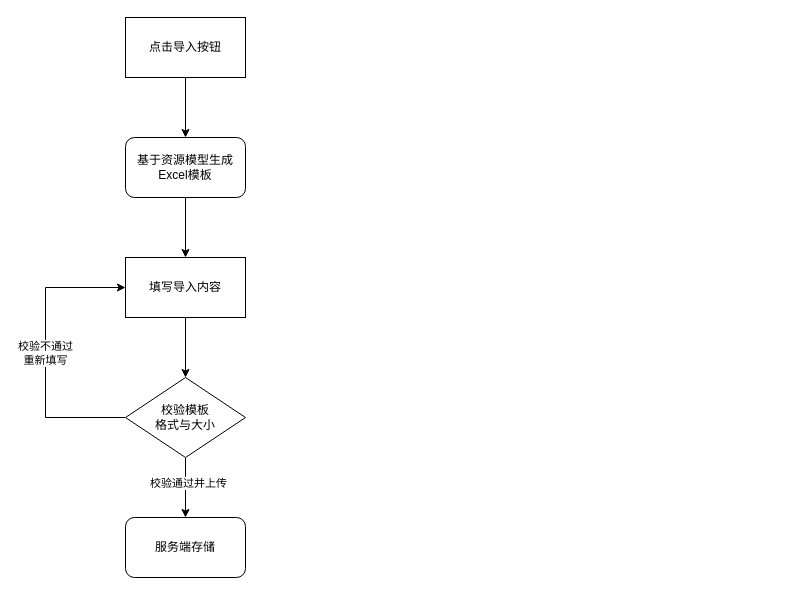
Earlier version of the draw.io diagram 资源导入和资源自动发现.drawio (miracleEverywhere/draw.io). Source tidied: cells renumbered, new cells numbered last; positions are measured from the earlier drawing's top-left corner, leaving out a move shared by most shapes. Both pictures are drawn from the tidied source at 100%, with x=0, y=0 at pixel (45, 17).
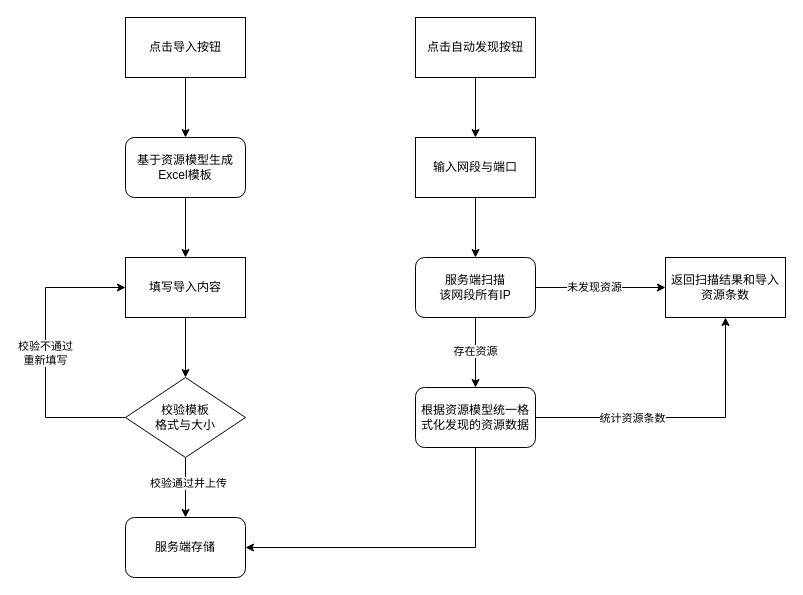
Above is the later version.

Commit message (it also covers changes not shown here):
更新资源导入和资源自动发现.drawio

The change refers to these unchanged cells:
```xml
<mxCell id="13" value="服务端存储" style="rounded=1;whiteSpace=wrap;html=1;" parent="1" vertex="1">
  <mxGeometry x="80" y="500" width="120" height="60" as="geometry" />
</mxCell>
```

What changed in the source:
```diff
@@
+    <mxCell id="14" style="edgeStyle=orthogonalEdgeStyle;rounded=0;jettySize=auto;html=1;exitX=0.5;exitY=1;exitDx=0;exitDy=0;entryX=0.5;entryY=0;entryDx=0;entryDy=0;" parent="1" edge="1" source="15" target="17">
+      <mxGeometry relative="1" as="geometry" />
+    </mxCell>
+    <mxCell id="15" value="点击自动发现按钮" style="rounded=0;whiteSpace=wrap;html=1;" parent="1" vertex="1">
+      <mxGeometry x="370" width="120" height="60" as="geometry" />
+    </mxCell>
+    <mxCell id="16" style="edgeStyle=orthogonalEdgeStyle;rounded=0;jettySize=auto;html=1;exitX=0.5;exitY=1;exitDx=0;exitDy=0;entryX=0.5;entryY=0;entryDx=0;entryDy=0;" parent="1" edge="1" source="17" target="22">
+      <mxGeometry relative="1" as="geometry" />
+    </mxCell>
+    <mxCell id="17" value="输入网段与端口" style="rounded=0;whiteSpace=wrap;html=1;" parent="1" vertex="1">
+      <mxGeometry x="370" y="120" width="120" height="60" as="geometry" />
+    </mxCell>
+    <mxCell id="18" style="edgeStyle=orthogonalEdgeStyle;rounded=0;jettySize=auto;html=1;exitX=0.5;exitY=1;exitDx=0;exitDy=0;entryX=0.5;entryY=0;entryDx=0;entryDy=0;" parent="1" edge="1" source="22" target="26">
+      <mxGeometry relative="1" as="geometry" />
+    </mxCell>
+    <mxCell id="19" value="存在资源" style="edgeLabel;html=1;align=center;verticalAlign=middle;" parent="18" vertex="1">
+      <mxGeometry x="-0.06" y="-1" relative="1" as="geometry" />
+    </mxCell>
+    <mxCell id="20" style="edgeStyle=orthogonalEdgeStyle;rounded=0;jettySize=auto;html=1;exitX=1;exitY=0.5;exitDx=0;exitDy=0;entryX=0;entryY=0.5;entryDx=0;entryDy=0;" parent="1" edge="1" source="22" target="27">
+      <mxGeometry relative="1" as="geometry" />
+    </mxCell>
+    <mxCell id="21" value="未发现资源" style="edgeLabel;html=1;align=center;verticalAlign=middle;" parent="20" vertex="1">
+      <mxGeometry x="-0.11" y="1" relative="1" as="geometry" />
+    </mxCell>
+    <mxCell id="22" value="服务端扫描&lt;div&gt;该网段所有IP&lt;/div&gt;" style="rounded=1;whiteSpace=wrap;html=1;" parent="1" vertex="1">
+      <mxGeometry x="370" y="240" width="120" height="60" as="geometry" />
+    </mxCell>
+    <mxCell id="23" style="edgeStyle=orthogonalEdgeStyle;rounded=0;jettySize=auto;html=1;exitX=0.5;exitY=1;exitDx=0;exitDy=0;entryX=1;entryY=0.5;entryDx=0;entryDy=0;" parent="1" edge="1" source="26" target="13">
+      <mxGeometry relative="1" as="geometry" />
+    </mxCell>
+    <mxCell id="24" style="edgeStyle=orthogonalEdgeStyle;rounded=0;jettySize=auto;html=1;exitX=1;exitY=0.5;exitDx=0;exitDy=0;entryX=0.5;entryY=1;entryDx=0;entryDy=0;" parent="1" edge="1" source="26" target="27">
+      <mxGeometry relative="1" as="geometry" />
+    </mxCell>
+    <mxCell id="25" value="统计资源条数" style="edgeLabel;html=1;align=center;verticalAlign=middle;" parent="24" vertex="1">
+      <mxGeometry x="-0.34" relative="1" as="geometry" />
+    </mxCell>
+    <mxCell id="26" value="根据资源模型统一格式化发现的资源数据" style="rounded=1;whiteSpace=wrap;html=1;" parent="1" vertex="1">
+      <mxGeometry x="370" y="370" width="120" height="60" as="geometry" />
+    </mxCell>
+    <mxCell id="27" value="返回扫描结果和导入资源条数" style="rounded=0;whiteSpace=wrap;html=1;" parent="1" vertex="1">
+      <mxGeometry x="620" y="240" width="120" height="60" as="geometry" />
+    </mxCell>
```
